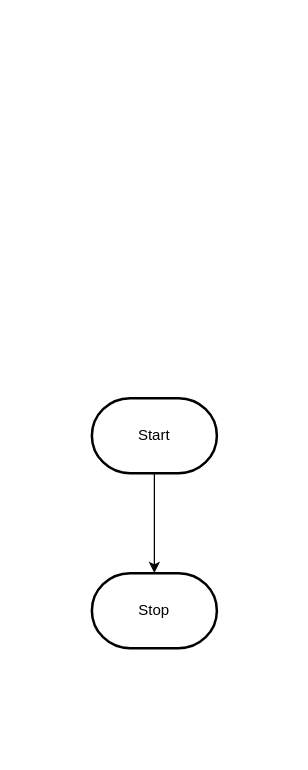
This is design/flowchart.drawio from MTHS-ICS2O-2-2022/ICS2O-Unit-3-02-lamees-hemdan, a draw.io file, before an edit. Source tidied: cells renumbered, new cells numbered last; positions are measured from the earlier drawing's top-left corner, leaving out a move shared by most shapes. Both pictures are drawn from the tidied source at 125%, with x=0, y=0 at pixel (91, 398).
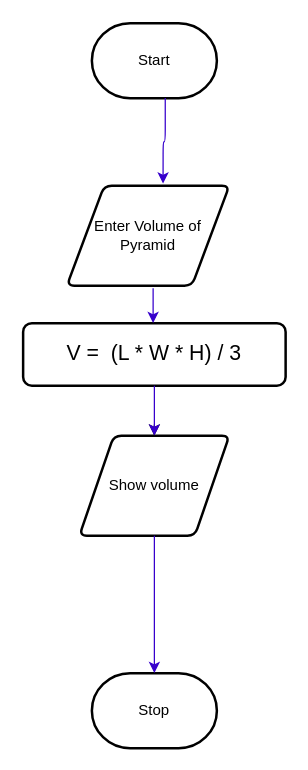
Above is the later version.

Diff of the diagram source:
```diff
@@
 <mxGraphModel>
   <root>
     <mxCell id="0" />
     <mxCell id="1" parent="0" />
-    <mxCell id="2" style="edgeStyle=orthogonalEdgeStyle;html=1;rounded=0;" parent="1" edge="1" source="3" target="4">
-      <mxGeometry relative="1" as="geometry" />
-    </mxCell>
     <mxCell id="3" value="Start" style="strokeWidth=2;html=1;shape=mxgraph.flowchart.terminator;whiteSpace=wrap;" parent="1" vertex="1">
-      <mxGeometry width="100" height="60" as="geometry" />
+      <mxGeometry y="-300" width="100" height="60" as="geometry" />
     </mxCell>
     <mxCell id="4" value="Stop" style="strokeWidth=2;html=1;shape=mxgraph.flowchart.terminator;whiteSpace=wrap;" parent="1" vertex="1">
-      <mxGeometry y="140" width="100" height="60" as="geometry" />
+      <mxGeometry y="220" width="100" height="60" as="geometry" />
     </mxCell>
+    <mxCell id="5" value="&lt;font style=&quot;font-size: 17px;&quot;&gt;V =&amp;nbsp; (L * W * H) / 3&lt;/font&gt;" style="rounded=1;whiteSpace=wrap;html=1;absoluteArcSize=1;arcSize=14;strokeWidth=2;" parent="1" vertex="1">
+      <mxGeometry x="-55" y="-60" width="210" height="50" as="geometry" />
+    </mxCell>
+    <mxCell id="6" style="edgeStyle=orthogonalEdgeStyle;html=1;" parent="1" edge="1" source="7">
+      <mxGeometry relative="1" as="geometry">
+        <mxPoint x="50" y="30" as="targetPoint" />
+      </mxGeometry>
+    </mxCell>
+    <mxCell id="7" value="Show volume" style="shape=parallelogram;html=1;strokeWidth=2;perimeter=parallelogramPerimeter;whiteSpace=wrap;rounded=1;arcSize=12;size=0.23;" parent="1" vertex="1">
+      <mxGeometry x="-10" y="30" width="120" height="80" as="geometry" />
+    </mxCell>
+    <mxCell id="8" value="Enter Volume of Pyramid" style="shape=parallelogram;html=1;strokeWidth=2;perimeter=parallelogramPerimeter;whiteSpace=wrap;rounded=1;arcSize=12;size=0.23;" parent="1" vertex="1">
+      <mxGeometry x="-20" y="-170" width="130" height="80" as="geometry" />
+    </mxCell>
+    <mxCell id="9" style="edgeStyle=orthogonalEdgeStyle;jettySize=auto;html=1;exitX=0.5;exitY=1;exitDx=0;exitDy=0;fillColor=#6a00ff;strokeColor=#3700CC;entryX=0.5;entryY=0;entryDx=0;entryDy=0;" parent="1" edge="1" source="5" target="7">
+      <mxGeometry relative="1" as="geometry" />
+    </mxCell>
+    <mxCell id="10" style="edgeStyle=orthogonalEdgeStyle;jettySize=auto;html=1;fillColor=#6a00ff;strokeColor=#3700CC;entryX=0.5;entryY=0;entryDx=0;entryDy=0;entryPerimeter=0;" parent="1" edge="1" source="7" target="4">
+      <mxGeometry relative="1" as="geometry" />
+    </mxCell>
+    <mxCell id="11" style="edgeStyle=orthogonalEdgeStyle;orthogonalLoop=1;jettySize=auto;html=1;exitX=0.5;exitY=1;exitDx=0;exitDy=0;fillColor=#6a00ff;strokeColor=#3700CC;" parent="1" edge="1">
+      <mxGeometry relative="1" as="geometry">
+        <mxPoint x="49" y="-88" as="sourcePoint" />
+        <mxPoint x="49" y="-60" as="targetPoint" />
+        <Array as="points">
+          <mxPoint x="49" y="-80" />
+          <mxPoint x="49" y="-80" />
+        </Array>
+      </mxGeometry>
+    </mxCell>
+    <mxCell id="12" style="jettySize=auto;html=1;fillColor=#6a00ff;strokeColor=#3700CC;entryX=0.592;entryY=-0.021;entryDx=0;entryDy=0;edgeStyle=orthogonalEdgeStyle;entryPerimeter=0;exitX=0.587;exitY=0.997;exitDx=0;exitDy=0;exitPerimeter=0;" parent="1" edge="1" source="3" target="8">
+      <mxGeometry relative="1" as="geometry" />
+    </mxCell>
   </root>
 </mxGraphModel>
```
